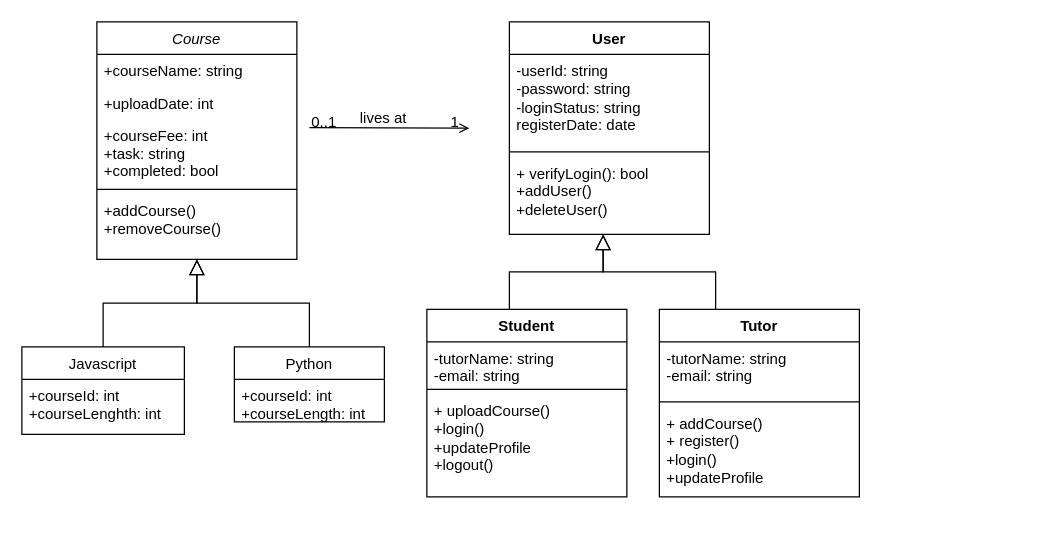
This is Untitled Diagram.drawio from DeraJSP/practice, a draw.io file, before an edit. Source tidied: cells renumbered, new cells numbered last; positions are measured from the earlier drawing's top-left corner, leaving out a move shared by most shapes. Both pictures are drawn from the tidied source at 125%, with x=0, y=0 at pixel (21, 21).
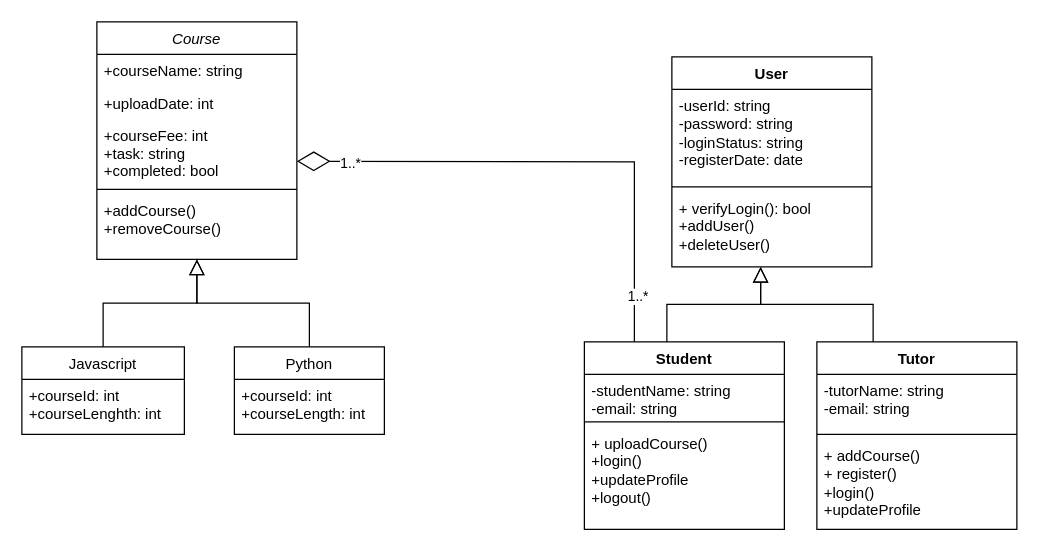
The same diagram, later.

Change to the diagram source:
```diff
@@
     <mxCell id="11" value="Python" style="swimlane;fontStyle=0;align=center;verticalAlign=top;horizontal=1;startSize=26;rounded=0;shadow=0;strokeWidth=1;" parent="1" vertex="1">
-      <mxGeometry x="170" y="260" width="120" height="60" as="geometry" />
+      <mxGeometry x="170" y="260" width="120" height="70" as="geometry" />
     </mxCell>
     <mxCell id="12" value="+courseId: int&#10;+courseLength: int" style="text;align=left;verticalAlign=top;spacingLeft=4;spacingRight=4;overflow=hidden;" parent="11" vertex="1">
-      <mxGeometry y="26" width="120" height="34" as="geometry" />
+      <mxGeometry y="26" width="120" height="44" as="geometry" />
     </mxCell>
@@
-    <mxCell id="14" style="endArrow=open;shadow=0;strokeWidth=1;rounded=0;endFill=1;edgeStyle=elbowEdgeStyle;elbow=vertical;" parent="1" edge="1">
-      <mxGeometry x="0.5" y="41" relative="1" as="geometry">
-        <mxPoint x="230" y="84.5" as="sourcePoint" />
-        <mxPoint x="358" y="84.5" as="targetPoint" />
-        <mxPoint x="-40" y="32" as="offset" />
-      </mxGeometry>
-    </mxCell>
-    <mxCell id="15" value="0..1" style="align=left;verticalAlign=bottom;labelBackgroundColor=none;fontSize=12;" parent="14" vertex="1">
-      <mxGeometry x="-1" relative="1" as="geometry">
-        <mxPoint y="4" as="offset" />
-      </mxGeometry>
-    </mxCell>
-    <mxCell id="16" value="1" style="align=right;verticalAlign=bottom;labelBackgroundColor=none;fontSize=12;" parent="14" vertex="1">
-      <mxGeometry x="1" relative="1" as="geometry">
-        <mxPoint x="-7" y="4" as="offset" />
-      </mxGeometry>
-    </mxCell>
-    <mxCell id="17" value="lives at" style="text;html=1;align=center;verticalAlign=middle;labelBackgroundColor=none;rounded=0;shadow=0;strokeWidth=1;fontSize=12;" parent="14" vertex="1">
-      <mxGeometry x="0.5" y="49" relative="1" as="geometry">
-        <mxPoint x="-38" y="40" as="offset" />
-      </mxGeometry>
-    </mxCell>
     <mxCell id="18" value="User" style="swimlane;fontStyle=1;align=center;verticalAlign=top;horizontal=1;startSize=26;whiteSpace=wrap;html=1;" parent="1" vertex="1">
-      <mxGeometry x="390" width="160" height="170" as="geometry" />
+      <mxGeometry x="520" y="28" width="160" height="168" as="geometry" />
     </mxCell>
-    <mxCell id="19" value="&lt;div&gt;-userId: string&lt;/div&gt;&lt;div&gt;-password: string&lt;/div&gt;&lt;div&gt;-loginStatus: string&lt;/div&gt;&lt;div&gt;registerDate: date&lt;br&gt;&lt;/div&gt;" style="text;strokeColor=none;fillColor=none;align=left;verticalAlign=top;spacingLeft=4;spacingRight=4;overflow=hidden;whiteSpace=wrap;html=1;" parent="18" vertex="1">
+    <mxCell id="19" value="&lt;div&gt;-userId: string&lt;/div&gt;&lt;div&gt;-password: string&lt;/div&gt;&lt;div&gt;-loginStatus: string&lt;/div&gt;&lt;div&gt;-registerDate: date&lt;br&gt;&lt;/div&gt;" style="text;strokeColor=none;fillColor=none;align=left;verticalAlign=top;spacingLeft=4;spacingRight=4;overflow=hidden;whiteSpace=wrap;html=1;" parent="18" vertex="1">
       <mxGeometry y="26" width="160" height="74" as="geometry" />
     </mxCell>
@@
     <mxCell id="21" value="&lt;div&gt;+ verifyLogin(): bool&lt;/div&gt;&lt;div&gt;+addUser()&lt;/div&gt;&lt;div&gt;+deleteUser()&lt;br&gt;&lt;/div&gt;" style="text;strokeColor=none;fillColor=none;align=left;verticalAlign=top;spacingLeft=4;spacingRight=4;overflow=hidden;whiteSpace=wrap;html=1;" parent="18" vertex="1">
-      <mxGeometry y="108" width="160" height="62" as="geometry" />
+      <mxGeometry y="108" width="160" height="60" as="geometry" />
     </mxCell>
     <mxCell id="22" value="Tutor" style="swimlane;fontStyle=1;align=center;verticalAlign=top;horizontal=1;startSize=26;whiteSpace=wrap;html=1;" parent="1" vertex="1">
-      <mxGeometry x="510" y="230" width="160" height="150" as="geometry" />
+      <mxGeometry x="636" y="256" width="160" height="150" as="geometry" />
     </mxCell>
@@
     <mxCell id="26" value="Student" style="swimlane;fontStyle=1;align=center;verticalAlign=top;horizontal=1;startSize=26;whiteSpace=wrap;html=1;" parent="1" vertex="1">
-      <mxGeometry x="324" y="230" width="160" height="150" as="geometry" />
+      <mxGeometry x="450" y="256" width="160" height="150" as="geometry" />
     </mxCell>
-    <mxCell id="27" value="&lt;div&gt;-tutorName: string&lt;/div&gt;&lt;div&gt;-email: string&lt;/div&gt;&lt;div&gt;&lt;br&gt;&lt;/div&gt;" style="text;strokeColor=none;fillColor=none;align=left;verticalAlign=top;spacingLeft=4;spacingRight=4;overflow=hidden;whiteSpace=wrap;html=1;" parent="26" vertex="1">
+    <mxCell id="27" value="&lt;div&gt;-studentName: string&lt;/div&gt;&lt;div&gt;-email: string&lt;/div&gt;&lt;div&gt;&lt;br&gt;&lt;/div&gt;" style="text;strokeColor=none;fillColor=none;align=left;verticalAlign=top;spacingLeft=4;spacingRight=4;overflow=hidden;whiteSpace=wrap;html=1;" parent="26" vertex="1">
       <mxGeometry y="26" width="160" height="34" as="geometry" />
     </mxCell>
@@
     <mxCell id="30" style="endArrow=block;endSize=10;endFill=0;shadow=0;strokeWidth=1;rounded=0;edgeStyle=elbowEdgeStyle;elbow=vertical;" parent="1" edge="1">
       <mxGeometry relative="1" as="geometry">
-        <mxPoint x="555" y="230" as="sourcePoint" />
-        <mxPoint x="465" y="170" as="targetPoint" />
+        <mxPoint x="681" y="256" as="sourcePoint" />
+        <mxPoint x="591" y="196" as="targetPoint" />
         <Array as="points">
-          <mxPoint x="510" y="200" />
+          <mxPoint x="636" y="226" />
         </Array>
       </mxGeometry>
     </mxCell>
     <mxCell id="31" style="endArrow=block;endSize=10;endFill=0;shadow=0;strokeWidth=1;rounded=0;edgeStyle=elbowEdgeStyle;elbow=vertical;" parent="1" edge="1">
       <mxGeometry relative="1" as="geometry">
-        <mxPoint x="390" y="230" as="sourcePoint" />
-        <mxPoint x="465" y="170" as="targetPoint" />
+        <mxPoint x="516" y="256" as="sourcePoint" />
+        <mxPoint x="591" y="196" as="targetPoint" />
       </mxGeometry>
     </mxCell>
+    <mxCell id="32" style="endArrow=diamondThin;endFill=0;endSize=24;html=1;rounded=0;" parent="1" edge="1">
+      <mxGeometry relative="1" as="geometry">
+        <mxPoint x="490" y="256" as="sourcePoint" />
+        <mxPoint x="220" y="111.5" as="targetPoint" />
+        <Array as="points">
+          <mxPoint x="490" y="256" />
+          <mxPoint x="490" y="112" />
+        </Array>
+      </mxGeometry>
+    </mxCell>
+    <mxCell id="33" value="1..*" style="edgeLabel;html=1;align=center;verticalAlign=middle;" parent="32" vertex="1">
+      <mxGeometry x="-0.82" y="-2" relative="1" as="geometry" />
+    </mxCell>
+    <mxCell id="34" value="1..*" style="edgeLabel;html=1;align=center;verticalAlign=middle;" parent="32" vertex="1">
+      <mxGeometry x="0.79" y="1" relative="1" as="geometry" />
+    </mxCell>
```
